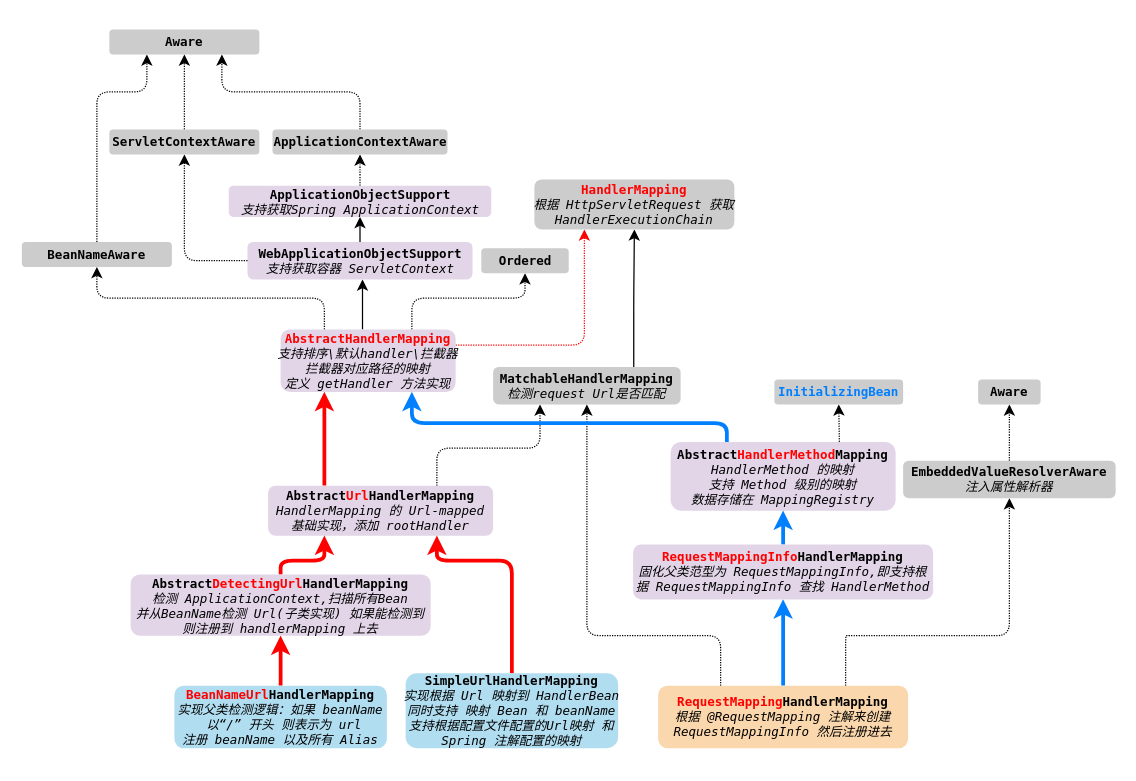
time-sliders/note keeps this draw.io diagram as page "HandlerMapping" (3 of 5) of middleware/spring/mvc/spring mvc.drawio. Above is the earlier version. Source tidied: cells renumbered, new cells numbered last; positions are measured from the earlier drawing's top-left corner, leaving out a move shared by most shapes. Both pictures are drawn from the tidied source at 125%, with x=0, y=0 at pixel (21, 29).
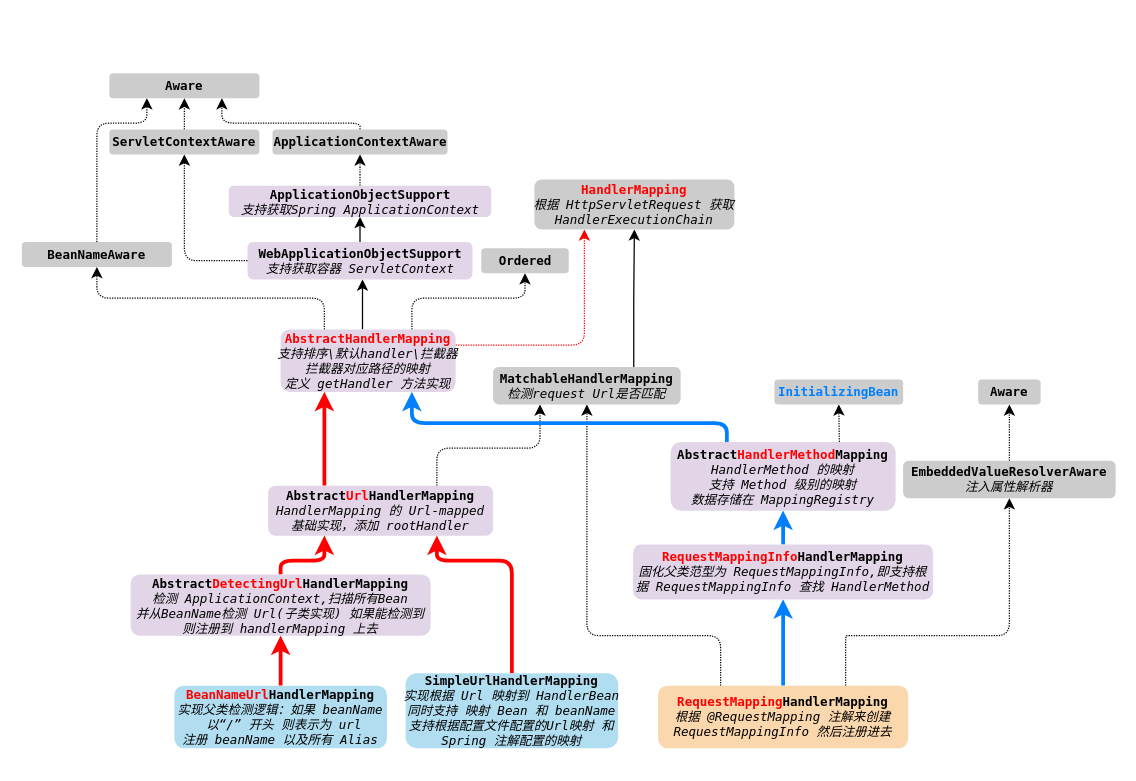
The same page after the edit.

The change refers to these unchanged cells:
```xml
<mxCell id="14" value="&lt;pre style=&quot;font-family: &amp;quot;menlo&amp;quot; ; font-size: 7.5pt&quot;&gt;&lt;pre style=&quot;font-family: &amp;quot;menlo&amp;quot; ; font-size: 7.5pt&quot;&gt;&lt;pre style=&quot;font-family: &amp;quot;menlo&amp;quot; ; font-size: 7.5pt&quot;&gt;&lt;pre style=&quot;font-family: &amp;quot;menlo&amp;quot; ; font-size: 7.5pt&quot;&gt;&lt;pre style=&quot;color: rgb(0, 0, 0); font-family: menlo; font-size: 7.5pt;&quot;&gt;BeanNameAware&lt;/pre&gt;&lt;/pre&gt;&lt;/pre&gt;&lt;/pre&gt;&lt;/pre&gt;" style="rounded=1;whiteSpace=wrap;html=1;labelBackgroundColor=none;strokeColor=none;fillColor=#CCCCCC;fontStyle=1;" parent="1" vertex="1">
  <mxGeometry y="170" width="120" height="20" as="geometry" />
</mxCell>
<mxCell id="24" value="&lt;pre style=&quot;font-family: &amp;quot;menlo&amp;quot; ; font-size: 7.5pt&quot;&gt;&lt;pre style=&quot;font-family: &amp;quot;menlo&amp;quot; ; font-size: 7.5pt&quot;&gt;&lt;pre style=&quot;font-family: &amp;quot;menlo&amp;quot; ; font-size: 7.5pt&quot;&gt;&lt;pre style=&quot;font-family: &amp;quot;menlo&amp;quot; ; font-size: 7.5pt&quot;&gt;&lt;pre style=&quot;font-family: &amp;quot;menlo&amp;quot; ; font-size: 7.5pt&quot;&gt;&lt;pre style=&quot;font-size: 7.5pt ; font-family: &amp;quot;menlo&amp;quot;&quot;&gt;&lt;pre style=&quot;color: rgb(0, 0, 0); font-family: menlo; font-size: 7.5pt;&quot;&gt;ApplicationContextAware&lt;/pre&gt;&lt;/pre&gt;&lt;/pre&gt;&lt;/pre&gt;&lt;/pre&gt;&lt;/pre&gt;&lt;/pre&gt;" style="rounded=1;whiteSpace=wrap;html=1;labelBackgroundColor=none;strokeColor=none;fillColor=#CCCCCC;fontStyle=1;" parent="1" vertex="1">
  <mxGeometry x="200.5" y="80" width="140" height="20" as="geometry" />
</mxCell>
<mxCell id="26" value="&lt;pre style=&quot;font-family: &amp;quot;menlo&amp;quot; ; font-size: 7.5pt&quot;&gt;&lt;pre style=&quot;font-family: &amp;quot;menlo&amp;quot; ; font-size: 7.5pt&quot;&gt;&lt;pre style=&quot;font-family: &amp;quot;menlo&amp;quot; ; font-size: 7.5pt&quot;&gt;&lt;pre style=&quot;font-family: &amp;quot;menlo&amp;quot; ; font-size: 7.5pt&quot;&gt;&lt;pre style=&quot;font-family: &amp;quot;menlo&amp;quot; ; font-size: 7.5pt&quot;&gt;&lt;pre style=&quot;font-family: &amp;quot;menlo&amp;quot; ; font-size: 7.5pt&quot;&gt;&lt;pre style=&quot;color: rgb(0, 0, 0); font-family: menlo; font-size: 7.5pt;&quot;&gt;ServletContextAware&lt;/pre&gt;&lt;/pre&gt;&lt;/pre&gt;&lt;/pre&gt;&lt;/pre&gt;&lt;/pre&gt;&lt;/pre&gt;" style="rounded=1;whiteSpace=wrap;html=1;labelBackgroundColor=none;strokeColor=none;fillColor=#CCCCCC;fontStyle=1;" parent="1" vertex="1">
  <mxGeometry x="70" y="80" width="120" height="20" as="geometry" />
</mxCell>
```

Diff of the diagram source:
```diff
@@
     <mxCell id="13" style="edgeStyle=orthogonalEdgeStyle;rounded=1;jettySize=auto;html=1;dashed=1;dashPattern=1 1;exitX=0.5;exitY=0;exitDx=0;exitDy=0;entryX=0.25;entryY=1;entryDx=0;entryDy=0;labelBackgroundColor=none;" parent="1" edge="1" source="14" target="15">
       <mxGeometry relative="1" as="geometry">
         <Array as="points">
-          <mxPoint x="60" y="50" />
-          <mxPoint x="100" y="50" />
+          <mxPoint x="60" y="75" />
+          <mxPoint x="100" y="75" />
         </Array>
       </mxGeometry>
     </mxCell>
@@
     <mxCell id="15" value="&lt;pre style=&quot;font-family: &amp;quot;menlo&amp;quot; ; font-size: 7.5pt&quot;&gt;&lt;pre style=&quot;font-family: &amp;quot;menlo&amp;quot; ; font-size: 7.5pt&quot;&gt;&lt;pre style=&quot;font-family: &amp;quot;menlo&amp;quot; ; font-size: 7.5pt&quot;&gt;&lt;pre style=&quot;font-family: &amp;quot;menlo&amp;quot; ; font-size: 7.5pt&quot;&gt;&lt;pre style=&quot;color: rgb(0, 0, 0); font-family: menlo; font-size: 7.5pt;&quot;&gt;&lt;pre style=&quot;font-family: &amp;quot;menlo&amp;quot; ; font-size: 7.5pt&quot;&gt;Aware&lt;/pre&gt;&lt;/pre&gt;&lt;/pre&gt;&lt;/pre&gt;&lt;/pre&gt;&lt;/pre&gt;" style="rounded=1;whiteSpace=wrap;html=1;labelBackgroundColor=none;strokeColor=none;fillColor=#CCCCCC;fontStyle=1;" parent="1" vertex="1">
-      <mxGeometry x="70" width="120" height="20" as="geometry" />
+      <mxGeometry x="70" y="35" width="120" height="20" as="geometry" />
     </mxCell>
@@
     <mxCell id="23" style="edgeStyle=orthogonalEdgeStyle;rounded=1;jettySize=auto;html=1;dashed=1;dashPattern=1 1;entryX=0.75;entryY=1;entryDx=0;entryDy=0;labelBackgroundColor=none;exitX=0.5;exitY=0;exitDx=0;exitDy=0;" parent="1" edge="1" source="24" target="15">
       <mxGeometry relative="1" as="geometry">
         <Array as="points">
-          <mxPoint x="271" y="50" />
-          <mxPoint x="160" y="50" />
+          <mxPoint x="271" y="75" />
+          <mxPoint x="160" y="75" />
         </Array>
       </mxGeometry>
     </mxCell>
@@
-    <mxCell id="25" style="edgeStyle=orthogonalEdgeStyle;rounded=0;jettySize=auto;html=1;dashed=1;dashPattern=1 1;entryX=0.5;entryY=1;entryDx=0;entryDy=0;labelBackgroundColor=none;" parent="1" edge="1" source="26" target="15">
+    <mxCell id="25" style="edgeStyle=orthogonalEdgeStyle;rounded=0;jettySize=auto;html=1;dashed=1;dashPattern=1 1;labelBackgroundColor=none;entryX=0.5;entryY=1;entryDx=0;entryDy=0;exitX=0.5;exitY=0;exitDx=0;exitDy=0;" parent="1" edge="1" source="26" target="15">
       <mxGeometry relative="1" as="geometry">
         <Array as="points">
-          <mxPoint x="130" y="50" />
-          <mxPoint x="130" y="50" />
+          <mxPoint x="130" y="75" />
+          <mxPoint x="130" y="75" />
         </Array>
       </mxGeometry>
     </mxCell>
```
